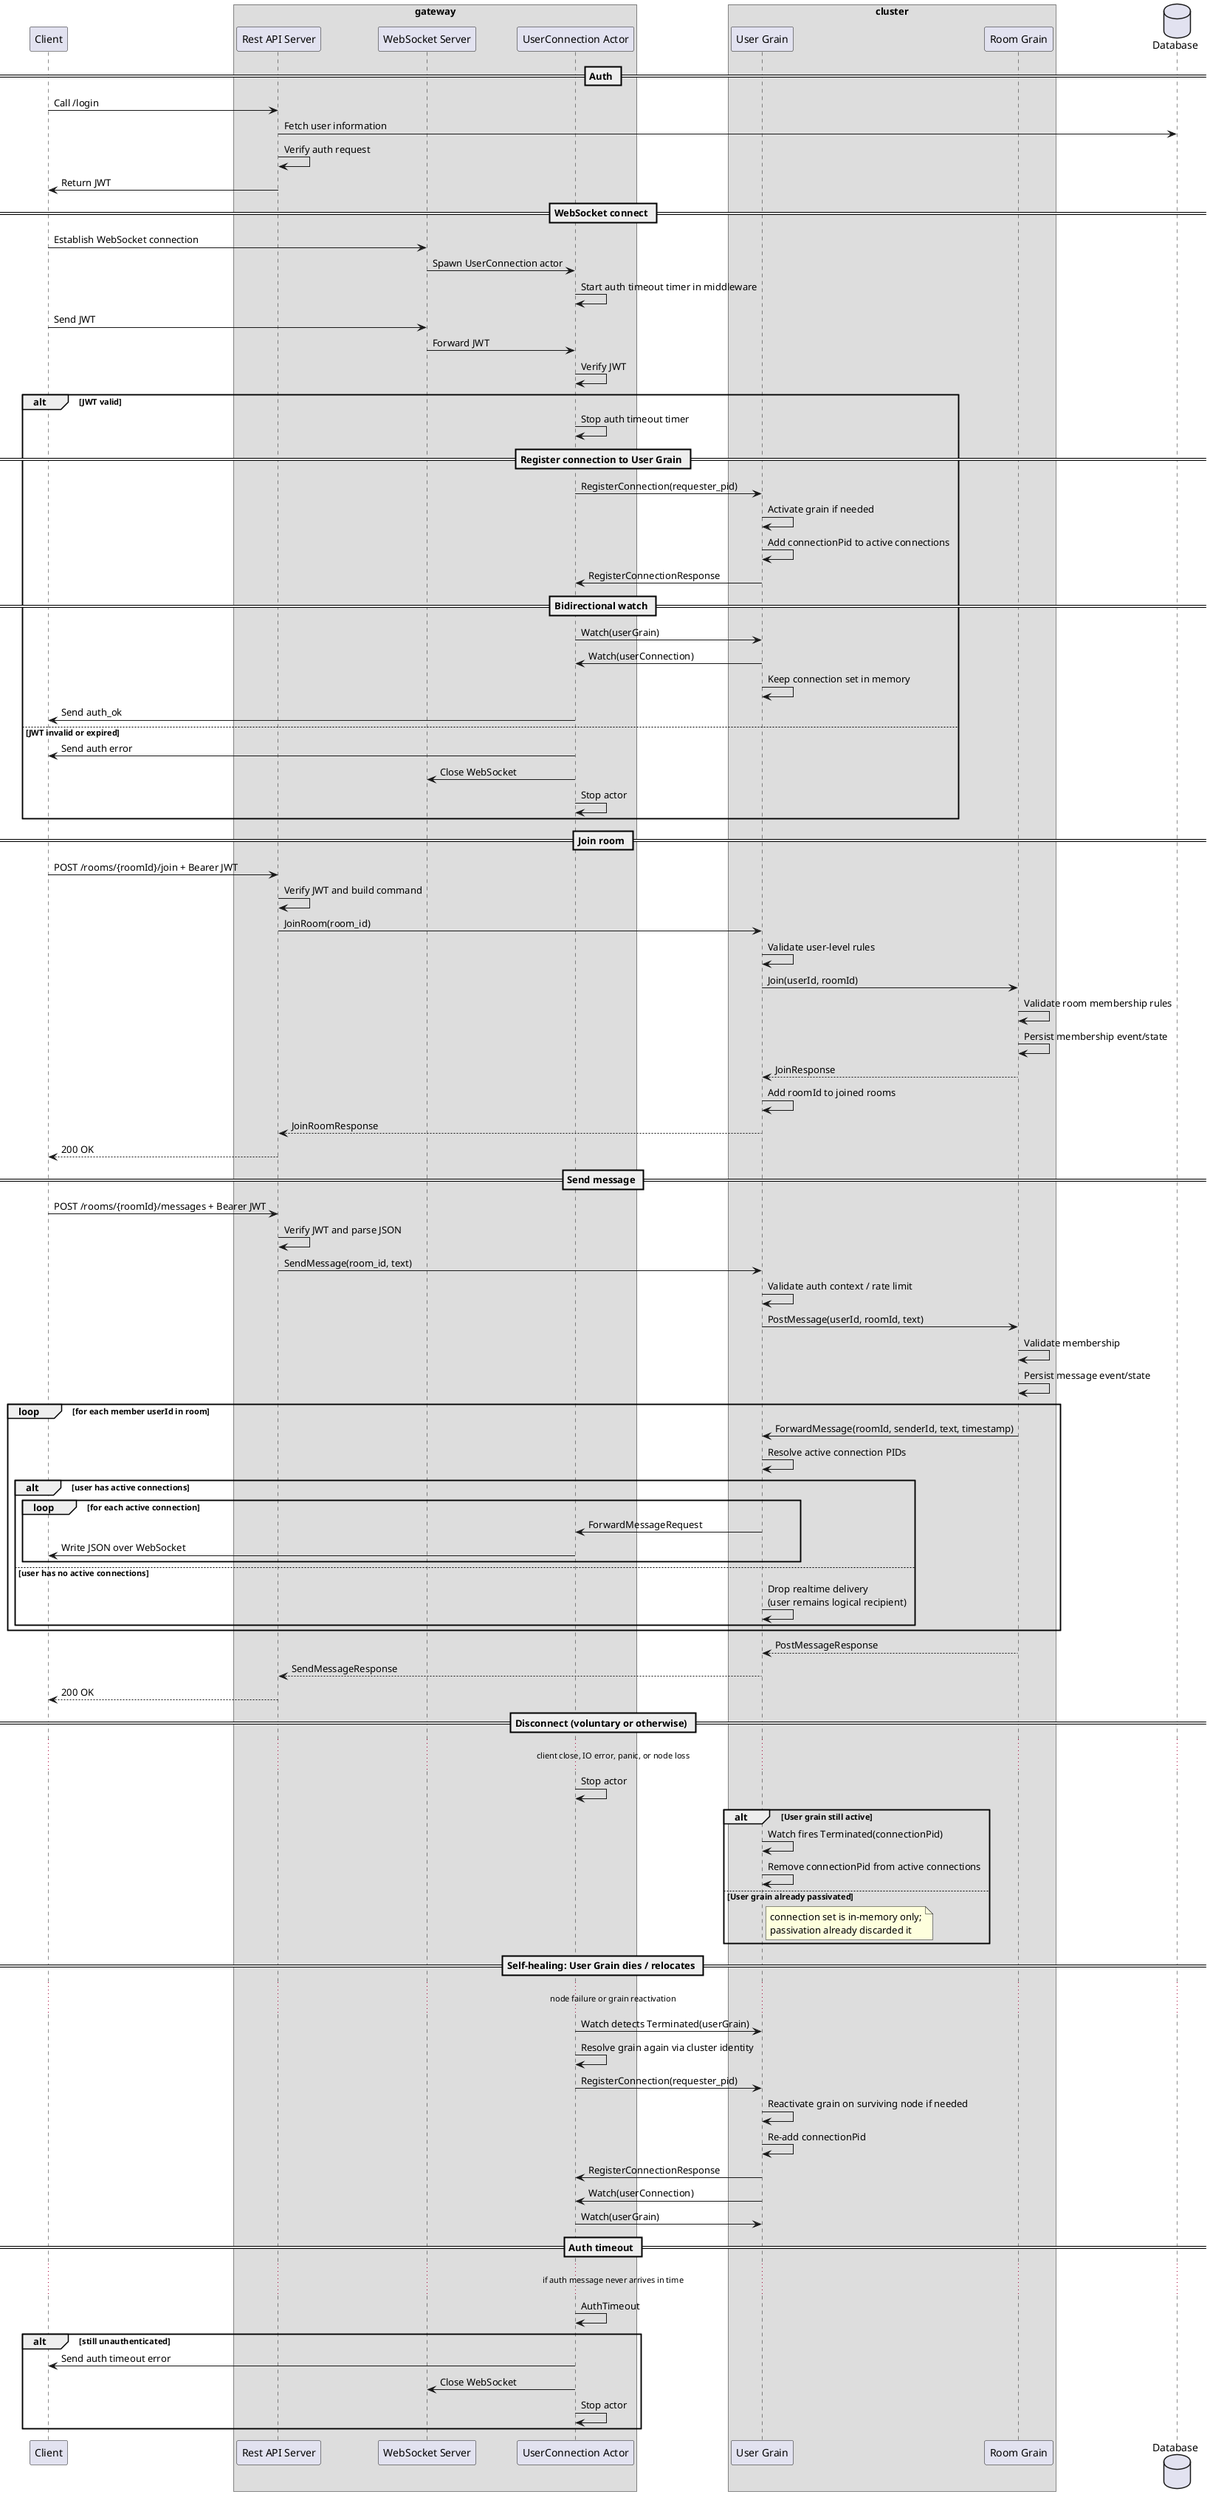
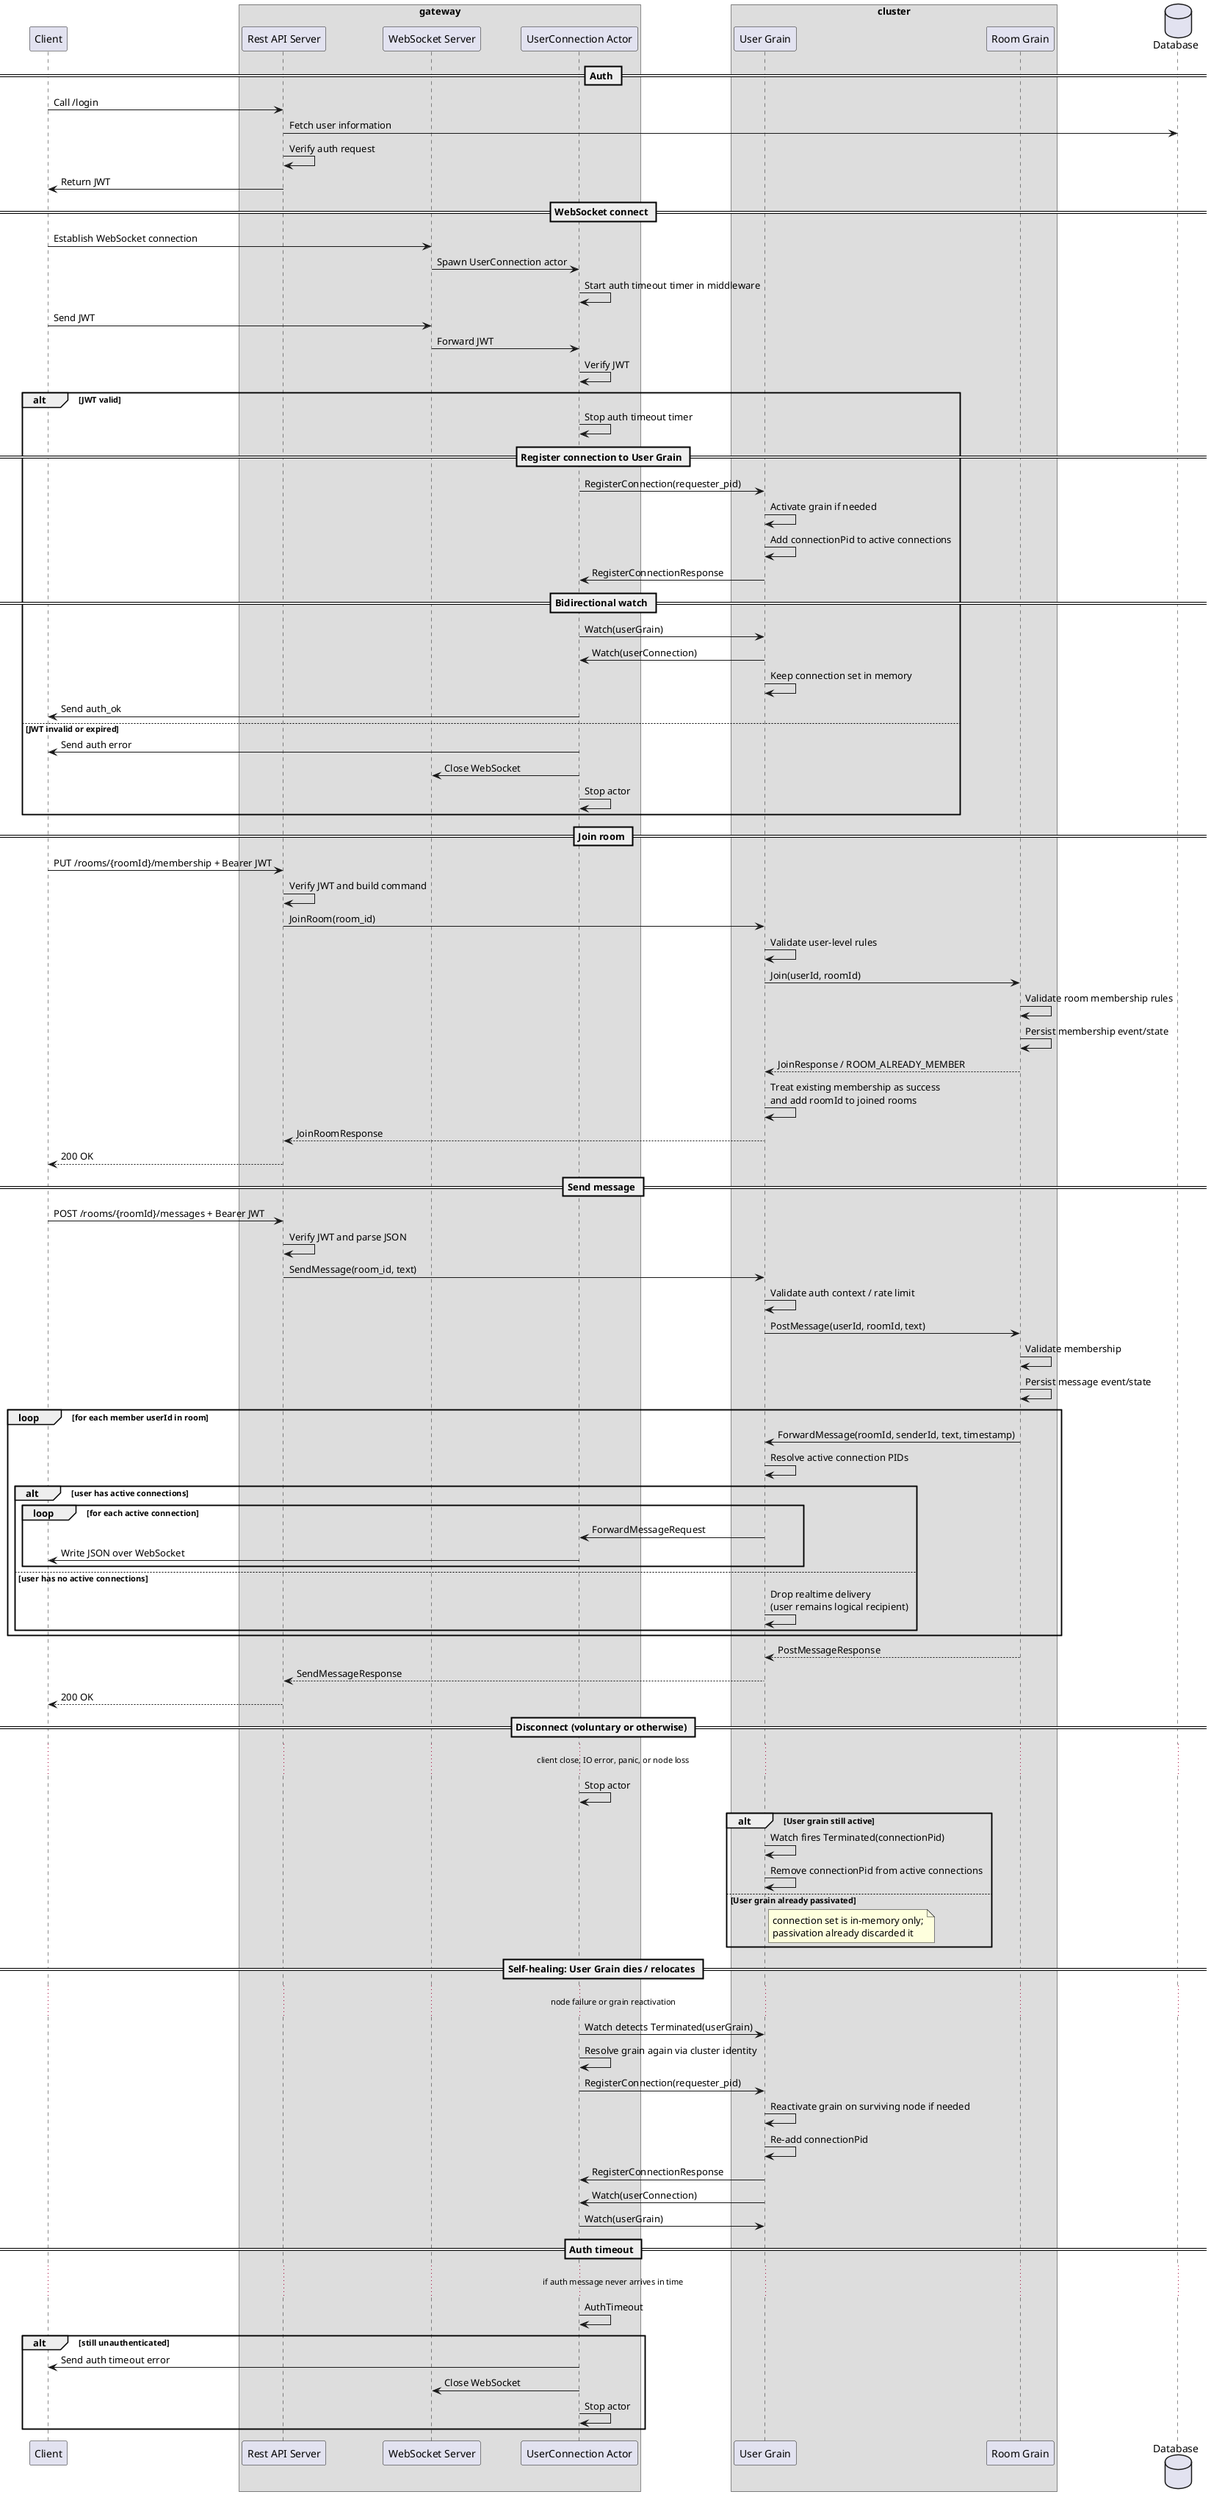
@startuml

'https://plantuml.com/sequence-diagram

' participants
participant Client as client
box "gateway"
    participant "Rest API Server" as restApi
    participant "WebSocket Server" as websocket
    participant "UserConnection Actor" as userConnection
end box
box "cluster"
    participant "User Grain" as userGrain
    participant "Room Grain" as roomGrain
end box
database "Database" as db

== Auth ==
client -> restApi : Call /login
restApi -> db : Fetch user information
restApi -> restApi : Verify auth request
restApi -> client : Return JWT

== WebSocket connect ==
client -> websocket : Establish WebSocket connection
websocket -> userConnection : Spawn UserConnection actor
userConnection -> userConnection : Start auth timeout timer in middleware
client -> websocket : Send JWT
websocket -> userConnection : Forward JWT
userConnection -> userConnection : Verify JWT

alt JWT valid
    userConnection -> userConnection : Stop auth timeout timer

    == Register connection to User Grain ==
    userConnection -> userGrain : RegisterConnection(requester_pid)
    userGrain -> userGrain : Activate grain if needed
    userGrain -> userGrain : Add connectionPid to active connections
    userGrain -> userConnection : RegisterConnectionResponse

    == Bidirectional watch ==
    userConnection -> userGrain : Watch(userGrain)
    userGrain -> userConnection : Watch(userConnection)
    userGrain -> userGrain : Keep connection set in memory
    userConnection -> client : Send auth_ok
else JWT invalid or expired
    userConnection -> client : Send auth error
    userConnection -> websocket : Close WebSocket
    userConnection -> userConnection : Stop actor
end

== Join room ==
- client -> restApi : POST /rooms/{roomId}/join + Bearer JWT
+ client -> restApi : PUT /rooms/{roomId}/membership + Bearer JWT
restApi -> restApi : Verify JWT and build command
restApi -> userGrain : JoinRoom(room_id)
userGrain -> userGrain : Validate user-level rules
userGrain -> roomGrain : Join(userId, roomId)
roomGrain -> roomGrain : Validate room membership rules
roomGrain -> roomGrain : Persist membership event/state
- roomGrain --> userGrain : JoinResponse
- userGrain -> userGrain : Add roomId to joined rooms
+ roomGrain --> userGrain : JoinResponse / ROOM_ALREADY_MEMBER
+ userGrain -> userGrain : Treat existing membership as success\nand add roomId to joined rooms
userGrain --> restApi : JoinRoomResponse
restApi --> client : 200 OK

== Send message ==
client -> restApi : POST /rooms/{roomId}/messages + Bearer JWT
restApi -> restApi : Verify JWT and parse JSON
restApi -> userGrain : SendMessage(room_id, text)
userGrain -> userGrain : Validate auth context / rate limit
userGrain -> roomGrain : PostMessage(userId, roomId, text)
roomGrain -> roomGrain : Validate membership
roomGrain -> roomGrain : Persist message event/state

loop for each member userId in room
    roomGrain -> userGrain : ForwardMessage(roomId, senderId, text, timestamp)
    userGrain -> userGrain : Resolve active connection PIDs
    alt user has active connections
        loop for each active connection
            userGrain -> userConnection : ForwardMessageRequest
            userConnection -> client : Write JSON over WebSocket
        end
    else user has no active connections
        userGrain -> userGrain : Drop realtime delivery\n(user remains logical recipient)
    end
    deactivate userGrain
end

roomGrain --> userGrain : PostMessageResponse
userGrain --> restApi : SendMessageResponse
restApi --> client : 200 OK

== Disconnect (voluntary or otherwise) ==
... client close, IO error, panic, or node loss ...
userConnection -> userConnection : Stop actor
alt User grain still active
    userGrain -> userGrain : Watch fires Terminated(connectionPid)
    userGrain -> userGrain : Remove connectionPid from active connections
else User grain already passivated
    note right of userGrain : connection set is in-memory only;\npassivation already discarded it
end
deactivate userGrain

== Self-healing: User Grain dies / relocates ==
... node failure or grain reactivation ...
userConnection -> userGrain : Watch detects Terminated(userGrain)
userConnection -> userConnection : Resolve grain again via cluster identity
userConnection -> userGrain : RegisterConnection(requester_pid)
userGrain -> userGrain : Reactivate grain on surviving node if needed
userGrain -> userGrain : Re-add connectionPid
userGrain -> userConnection : RegisterConnectionResponse
userGrain -> userConnection : Watch(userConnection)
userConnection -> userGrain : Watch(userGrain)

== Auth timeout ==
... if auth message never arrives in time ...
userConnection -> userConnection : AuthTimeout

alt still unauthenticated
    userConnection -> client : Send auth timeout error
    userConnection -> websocket : Close WebSocket
    userConnection -> userConnection : Stop actor
end

@enduml
